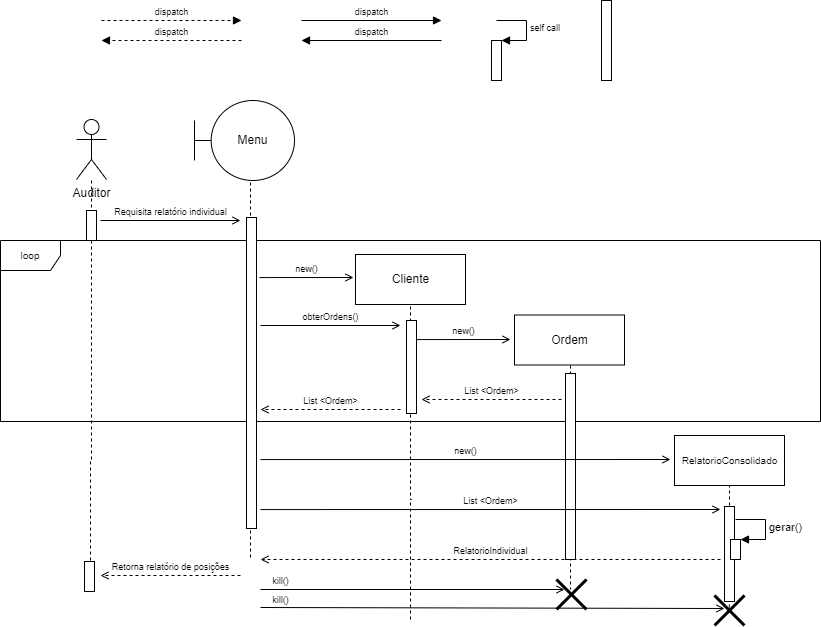
Above: MarketDiagramasDeSequencia/MarketSequencia07.drawio.png in EijiDogen/FEI_MDSMarket (draw.io), before the change. Source tidied: cells renumbered, new cells last; positions are measured from the earlier drawing's top-left corner, leaving out a move shared by most shapes. Its diagram source:
```xml
<mxGraphModel>
  <root>
    <mxCell id="0" />
    <mxCell id="1" value="Frames" parent="0" />
    <mxCell id="2" value="loop" style="shape=umlFrame;whiteSpace=wrap;html=1;fontSize=10;" parent="1" vertex="1">
      <mxGeometry y="240" width="820" height="181" as="geometry" />
    </mxCell>
    <mxCell id="3" value="Lifeline" parent="0" />
    <mxCell id="4" style="edgeStyle=orthogonalEdgeStyle;rounded=0;orthogonalLoop=1;jettySize=auto;html=1;dashed=1;endArrow=none;endFill=0;" parent="3" edge="1">
      <mxGeometry relative="1" as="geometry">
        <mxPoint x="91" y="180" as="sourcePoint" />
        <mxPoint x="90" y="560" as="targetPoint" />
        <Array as="points">
          <mxPoint x="91" y="460" />
        </Array>
      </mxGeometry>
    </mxCell>
    <mxCell id="5" style="edgeStyle=orthogonalEdgeStyle;rounded=0;orthogonalLoop=1;jettySize=auto;html=1;dashed=1;endArrow=none;endFill=0;anchorPointDirection=1;" parent="3" edge="1">
      <mxGeometry relative="1" as="geometry">
        <mxPoint x="410" y="300" as="sourcePoint" />
        <mxPoint x="410" y="619" as="targetPoint" />
        <Array as="points">
          <mxPoint x="411" y="499" />
          <mxPoint x="411" y="499" />
        </Array>
      </mxGeometry>
    </mxCell>
    <mxCell id="6" style="edgeStyle=orthogonalEdgeStyle;rounded=0;jettySize=auto;html=1;dashed=1;endArrow=none;endFill=0;entryX=0.467;entryY=0.333;entryDx=0;entryDy=0;entryPerimeter=0;" parent="3" edge="1" target="40">
      <mxGeometry relative="1" as="geometry">
        <mxPoint x="570" y="359" as="sourcePoint" />
      </mxGeometry>
    </mxCell>
    <mxCell id="7" value="Cliente" style="html=1;" parent="3" vertex="1">
      <mxGeometry x="355" y="254" width="110" height="50" as="geometry" />
    </mxCell>
    <mxCell id="8" value="Auditor" style="shape=umlActor;verticalLabelPosition=bottom;verticalAlign=top;html=1;" parent="3" vertex="1">
      <mxGeometry x="76" y="119" width="30" height="60" as="geometry" />
    </mxCell>
    <mxCell id="9" style="edgeStyle=orthogonalEdgeStyle;rounded=0;orthogonalLoop=1;jettySize=auto;html=1;endArrow=none;endFill=0;dashed=1;" parent="3" edge="1">
      <mxGeometry relative="1" as="geometry">
        <mxPoint x="250" y="170" as="sourcePoint" />
        <mxPoint x="250" y="560" as="targetPoint" />
        <Array as="points">
          <mxPoint x="250" y="450" />
        </Array>
      </mxGeometry>
    </mxCell>
    <mxCell id="10" value="Ordem" style="html=1;" parent="3" vertex="1">
      <mxGeometry x="514" y="314.5" width="110" height="50" as="geometry" />
    </mxCell>
    <mxCell id="11" style="edgeStyle=orthogonalEdgeStyle;rounded=0;jettySize=auto;html=1;dashed=1;endArrow=none;endFill=0;entryX=0.495;entryY=0.523;entryDx=0;entryDy=0;entryPerimeter=0;" parent="3" edge="1" target="21">
      <mxGeometry relative="1" as="geometry">
        <mxPoint x="729" y="484" as="sourcePoint" />
      </mxGeometry>
    </mxCell>
    <mxCell id="12" value="RelatorioConsolidado" style="html=1;fontSize=10;" parent="3" vertex="1">
      <mxGeometry x="674" y="435" width="110" height="50" as="geometry" />
    </mxCell>
    <mxCell id="13" value="Active" parent="0" />
    <mxCell id="14" style="html=1;perimeter=orthogonalPerimeter;fontSize=9;" parent="13" vertex="1">
      <mxGeometry x="601" width="10" height="80" as="geometry" />
    </mxCell>
    <mxCell id="15" style="html=1;perimeter=orthogonalPerimeter;fontSize=9;" parent="13" vertex="1">
      <mxGeometry x="86" y="210" width="10" height="30" as="geometry" />
    </mxCell>
    <mxCell id="16" style="html=1;perimeter=orthogonalPerimeter;fontSize=9;" parent="13" vertex="1">
      <mxGeometry x="246" y="217" width="10" height="311" as="geometry" />
    </mxCell>
    <mxCell id="17" value="Menu" style="shape=umlBoundary;whiteSpace=wrap;html=1;" parent="13" vertex="1">
      <mxGeometry x="194" y="100" width="100" height="80" as="geometry" />
    </mxCell>
    <mxCell id="18" value="obterOrdens()" style="html=1;verticalAlign=bottom;endArrow=open;rounded=0;fontSize=9;endFill=0;" parent="13" edge="1">
      <mxGeometry relative="1" as="geometry">
        <mxPoint x="260" y="325" as="sourcePoint" />
        <mxPoint x="400" y="325" as="targetPoint" />
      </mxGeometry>
    </mxCell>
    <mxCell id="19" value="List &amp;lt;Ordem&amp;gt;" style="html=1;verticalAlign=bottom;endArrow=open;rounded=0;fontSize=9;dashed=1;endFill=0;" parent="13" edge="1">
      <mxGeometry relative="1" as="geometry">
        <mxPoint x="561" y="399" as="sourcePoint" />
        <mxPoint x="421" y="399" as="targetPoint" />
      </mxGeometry>
    </mxCell>
    <mxCell id="20" value="Retorna relatório de posições" style="html=1;verticalAlign=bottom;endArrow=open;rounded=0;fontSize=9;dashed=1;endFill=0;" parent="13" edge="1">
      <mxGeometry relative="1" as="geometry">
        <mxPoint x="240" y="575" as="sourcePoint" />
        <mxPoint x="100" y="575" as="targetPoint" />
      </mxGeometry>
    </mxCell>
    <mxCell id="21" style="shape=umlDestroy;whiteSpace=wrap;html=1;strokeWidth=3;" parent="13" vertex="1">
      <mxGeometry x="714" y="595" width="30" height="30" as="geometry" />
    </mxCell>
    <mxCell id="22" value="kill()" style="html=1;verticalAlign=bottom;endArrow=open;rounded=0;fontSize=9;endFill=0;" parent="13" edge="1">
      <mxGeometry x="-0.91" y="-1" relative="1" as="geometry">
        <mxPoint x="260" y="607" as="sourcePoint" />
        <mxPoint x="724" y="608" as="targetPoint" />
      </mxGeometry>
    </mxCell>
    <mxCell id="23" style="html=1;perimeter=orthogonalPerimeter;fontSize=9;" parent="13" vertex="1">
      <mxGeometry x="406" y="320" width="10" height="93" as="geometry" />
    </mxCell>
    <mxCell id="24" style="html=1;perimeter=orthogonalPerimeter;fontSize=9;" parent="13" vertex="1">
      <mxGeometry x="565" y="373" width="10" height="186" as="geometry" />
    </mxCell>
    <mxCell id="25" style="html=1;perimeter=orthogonalPerimeter;fontSize=9;" parent="13" vertex="1">
      <mxGeometry x="724" y="506" width="10" height="95" as="geometry" />
    </mxCell>
    <mxCell id="26" style="html=1;perimeter=orthogonalPerimeter;" parent="13" vertex="1">
      <mxGeometry x="730" y="539" width="10" height="20" as="geometry" />
    </mxCell>
    <mxCell id="27" value="new()" style="html=1;verticalAlign=bottom;endArrow=open;rounded=0;fontSize=9;endFill=0;" parent="13" edge="1">
      <mxGeometry relative="1" as="geometry">
        <mxPoint x="259" y="277.1" as="sourcePoint" />
        <mxPoint x="353" y="277" as="targetPoint" />
      </mxGeometry>
    </mxCell>
    <mxCell id="28" value="Messages" parent="0" />
    <mxCell id="29" value="Requisita relatório individual" style="html=1;verticalAlign=bottom;endArrow=open;rounded=0;fontSize=9;endFill=0;" parent="28" edge="1">
      <mxGeometry relative="1" as="geometry">
        <mxPoint x="100" y="220" as="sourcePoint" />
        <mxPoint x="240" y="220" as="targetPoint" />
      </mxGeometry>
    </mxCell>
    <mxCell id="30" value="dispatch" style="html=1;verticalAlign=bottom;endArrow=block;rounded=0;fontSize=9;" parent="28" edge="1">
      <mxGeometry relative="1" as="geometry">
        <mxPoint x="301" y="20" as="sourcePoint" />
        <mxPoint x="441" y="20" as="targetPoint" />
      </mxGeometry>
    </mxCell>
    <mxCell id="31" value="dispatch" style="html=1;verticalAlign=bottom;endArrow=block;rounded=0;dashed=1;fontSize=9;" parent="28" edge="1">
      <mxGeometry relative="1" as="geometry">
        <mxPoint x="101" y="20" as="sourcePoint" />
        <mxPoint x="241" y="20" as="targetPoint" />
      </mxGeometry>
    </mxCell>
    <mxCell id="32" value="dispatch" style="html=1;verticalAlign=bottom;endArrow=block;rounded=0;fontSize=9;" parent="28" edge="1">
      <mxGeometry relative="1" as="geometry">
        <mxPoint x="441" y="40" as="sourcePoint" />
        <mxPoint x="301" y="40" as="targetPoint" />
      </mxGeometry>
    </mxCell>
    <mxCell id="33" value="dispatch" style="html=1;verticalAlign=bottom;endArrow=block;rounded=0;dashed=1;fontSize=9;" parent="28" edge="1">
      <mxGeometry relative="1" as="geometry">
        <mxPoint x="241" y="40" as="sourcePoint" />
        <mxPoint x="101" y="40" as="targetPoint" />
      </mxGeometry>
    </mxCell>
    <mxCell id="34" style="html=1;points=[];perimeter=orthogonalPerimeter;fontSize=9;" parent="28" vertex="1">
      <mxGeometry x="491" y="40" width="10" height="40" as="geometry" />
    </mxCell>
    <mxCell id="35" value="self call" style="edgeStyle=orthogonalEdgeStyle;html=1;align=left;spacingLeft=2;endArrow=block;rounded=0;entryX=1;entryY=0;fontSize=9;" parent="28" edge="1" target="34">
      <mxGeometry relative="1" as="geometry">
        <mxPoint x="496" y="20" as="sourcePoint" />
        <Array as="points">
          <mxPoint x="526" y="20" />
        </Array>
      </mxGeometry>
    </mxCell>
    <mxCell id="36" value="new()" style="html=1;verticalAlign=bottom;endArrow=open;rounded=0;fontSize=9;endFill=0;" parent="28" edge="1">
      <mxGeometry relative="1" as="geometry">
        <mxPoint x="416" y="339.1" as="sourcePoint" />
        <mxPoint x="510" y="339" as="targetPoint" />
      </mxGeometry>
    </mxCell>
    <mxCell id="37" value="List &amp;lt;Ordem&amp;gt;" style="html=1;verticalAlign=bottom;endArrow=open;rounded=0;fontSize=9;dashed=1;endFill=0;" parent="28" edge="1">
      <mxGeometry relative="1" as="geometry">
        <mxPoint x="400" y="409" as="sourcePoint" />
        <mxPoint x="260" y="409" as="targetPoint" />
      </mxGeometry>
    </mxCell>
    <mxCell id="38" style="html=1;perimeter=orthogonalPerimeter;fontSize=9;" parent="28" vertex="1">
      <mxGeometry x="84" y="561" width="10" height="30" as="geometry" />
    </mxCell>
    <mxCell id="39" value="kill()" style="html=1;verticalAlign=bottom;endArrow=open;rounded=0;fontSize=9;endFill=0;" parent="28" edge="1">
      <mxGeometry x="-0.87" relative="1" as="geometry">
        <mxPoint x="260" y="589" as="sourcePoint" />
        <mxPoint x="564" y="589" as="targetPoint" />
      </mxGeometry>
    </mxCell>
    <mxCell id="40" style="shape=umlDestroy;whiteSpace=wrap;html=1;strokeWidth=3;" parent="28" vertex="1">
      <mxGeometry x="556" y="579" width="30" height="30" as="geometry" />
    </mxCell>
    <mxCell id="41" value="new()" style="html=1;verticalAlign=bottom;endArrow=open;rounded=0;fontSize=9;endFill=0;" parent="28" edge="1">
      <mxGeometry relative="1" as="geometry">
        <mxPoint x="260" y="459.1" as="sourcePoint" />
        <mxPoint x="670" y="459" as="targetPoint" />
      </mxGeometry>
    </mxCell>
    <mxCell id="42" value="List &amp;lt;Ordem&amp;gt;" style="html=1;verticalAlign=bottom;endArrow=open;rounded=0;fontSize=9;endFill=0;" parent="28" edge="1">
      <mxGeometry relative="1" as="geometry">
        <mxPoint x="260" y="509.1" as="sourcePoint" />
        <mxPoint x="720" y="509" as="targetPoint" />
      </mxGeometry>
    </mxCell>
    <mxCell id="43" value="RelatorioIndividual" style="html=1;verticalAlign=bottom;endArrow=open;rounded=0;fontSize=9;dashed=1;endFill=0;" parent="28" edge="1">
      <mxGeometry relative="1" as="geometry">
        <mxPoint x="720" y="559" as="sourcePoint" />
        <mxPoint x="260" y="559" as="targetPoint" />
      </mxGeometry>
    </mxCell>
    <mxCell id="44" value="gerar()" style="edgeStyle=orthogonalEdgeStyle;html=1;align=left;spacingLeft=2;endArrow=block;rounded=0;entryX=1;entryY=0;" parent="28" edge="1">
      <mxGeometry relative="1" as="geometry">
        <mxPoint x="735" y="519" as="sourcePoint" />
        <mxPoint x="740" y="539" as="targetPoint" />
        <Array as="points">
          <mxPoint x="765" y="519" />
        </Array>
      </mxGeometry>
    </mxCell>
  </root>
</mxGraphModel>
```
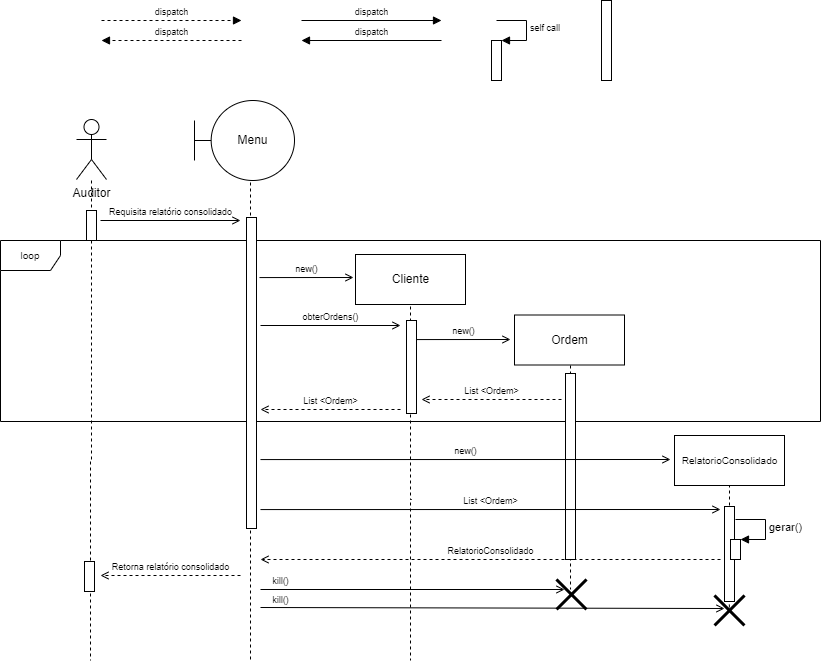
After the change.

Diff of the diagram source:
```diff
@@ -9,7 +9,7 @@
     <mxCell id="4" style="edgeStyle=orthogonalEdgeStyle;rounded=0;orthogonalLoop=1;jettySize=auto;html=1;dashed=1;endArrow=none;endFill=0;" parent="3" edge="1">
       <mxGeometry relative="1" as="geometry">
         <mxPoint x="91" y="180" as="sourcePoint" />
-        <mxPoint x="90" y="560" as="targetPoint" />
+        <mxPoint x="90" y="660" as="targetPoint" />
         <Array as="points">
           <mxPoint x="91" y="460" />
         </Array>
@@ -18,7 +18,7 @@
     <mxCell id="5" style="edgeStyle=orthogonalEdgeStyle;rounded=0;orthogonalLoop=1;jettySize=auto;html=1;dashed=1;endArrow=none;endFill=0;anchorPointDirection=1;" parent="3" edge="1">
       <mxGeometry relative="1" as="geometry">
         <mxPoint x="410" y="300" as="sourcePoint" />
-        <mxPoint x="410" y="619" as="targetPoint" />
+        <mxPoint x="410" y="660" as="targetPoint" />
         <Array as="points">
           <mxPoint x="411" y="499" />
           <mxPoint x="411" y="499" />
@@ -39,7 +39,7 @@
     <mxCell id="9" style="edgeStyle=orthogonalEdgeStyle;rounded=0;orthogonalLoop=1;jettySize=auto;html=1;endArrow=none;endFill=0;dashed=1;" parent="3" edge="1">
       <mxGeometry relative="1" as="geometry">
         <mxPoint x="250" y="170" as="sourcePoint" />
-        <mxPoint x="250" y="560" as="targetPoint" />
+        <mxPoint x="250" y="660" as="targetPoint" />
         <Array as="points">
           <mxPoint x="250" y="450" />
         </Array>
@@ -81,7 +81,7 @@
         <mxPoint x="421" y="399" as="targetPoint" />
       </mxGeometry>
     </mxCell>
-    <mxCell id="20" value="Retorna relatório de posições" style="html=1;verticalAlign=bottom;endArrow=open;rounded=0;fontSize=9;dashed=1;endFill=0;" parent="13" edge="1">
+    <mxCell id="20" value="Retorna relatório consolidado" style="html=1;verticalAlign=bottom;endArrow=open;rounded=0;fontSize=9;dashed=1;endFill=0;" parent="13" edge="1">
       <mxGeometry relative="1" as="geometry">
         <mxPoint x="240" y="575" as="sourcePoint" />
         <mxPoint x="100" y="575" as="targetPoint" />
@@ -115,7 +115,7 @@
       </mxGeometry>
     </mxCell>
     <mxCell id="28" value="Messages" parent="0" />
-    <mxCell id="29" value="Requisita relatório individual" style="html=1;verticalAlign=bottom;endArrow=open;rounded=0;fontSize=9;endFill=0;" parent="28" edge="1">
+    <mxCell id="29" value="Requisita relatório consolidado" style="html=1;verticalAlign=bottom;endArrow=open;rounded=0;fontSize=9;endFill=0;" parent="28" edge="1">
       <mxGeometry relative="1" as="geometry">
         <mxPoint x="100" y="220" as="sourcePoint" />
         <mxPoint x="240" y="220" as="targetPoint" />
@@ -192,7 +192,7 @@
         <mxPoint x="720" y="509" as="targetPoint" />
       </mxGeometry>
     </mxCell>
-    <mxCell id="43" value="RelatorioIndividual" style="html=1;verticalAlign=bottom;endArrow=open;rounded=0;fontSize=9;dashed=1;endFill=0;" parent="28" edge="1">
+    <mxCell id="43" value="RelatorioConsolidado" style="html=1;verticalAlign=bottom;endArrow=open;rounded=0;fontSize=9;dashed=1;endFill=0;" parent="28" edge="1">
       <mxGeometry relative="1" as="geometry">
         <mxPoint x="720" y="559" as="sourcePoint" />
         <mxPoint x="260" y="559" as="targetPoint" />
```
